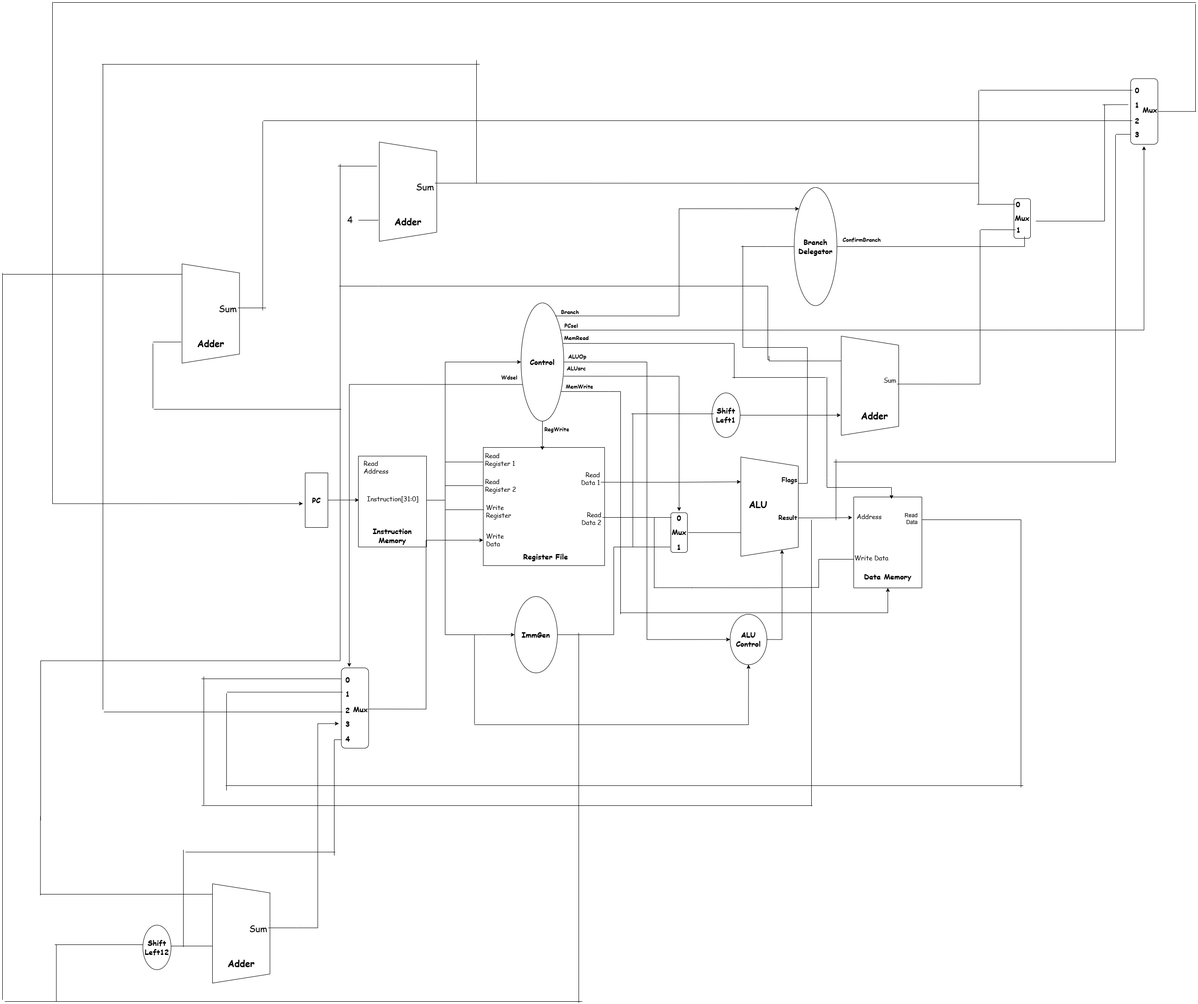
Before: Assets/SingleCycle_Datapath.png, a diagram exported from draw.io (YousefElmenshawy/Pipelined-RISC-V-Processor). Source tidied: cells renumbered, new cells last; positions are measured from the earlier drawing's top-left corner, leaving out a move shared by most shapes.
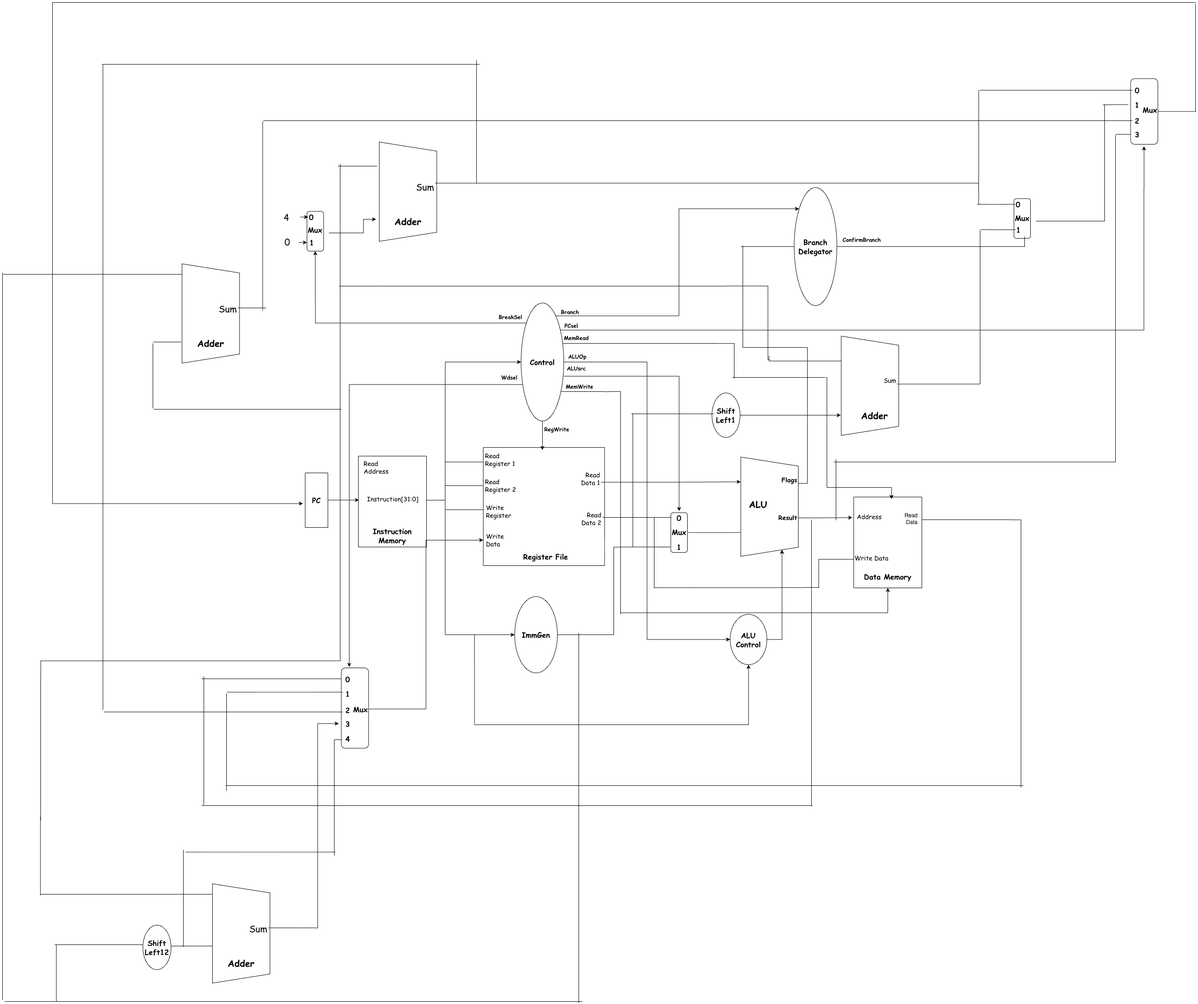
Later version of the same file.

Diff of the diagram source:
```diff
@@ -1,4 +1,4 @@
-<mxGraphModel background="#FFFFFF">
+<mxGraphModel>
   <root>
     <mxCell id="0" />
     <mxCell id="1" parent="0" />
@@ -36,7 +36,10 @@
         <mxPoint x="768" y="1467" as="targetPoint" />
       </mxGeometry>
     </mxCell>
+    <mxCell id="176" style="edgeStyle=orthogonalEdgeStyle;rounded=0;jettySize=auto;html=1;exitX=0.15;exitY=0.17;exitDx=0;exitDy=0;exitPerimeter=0;entryX=1;entryY=0.5;entryDx=0;entryDy=0;" parent="1" edge="1" source="12" target="177">
+      <mxGeometry relative="1" as="geometry" />
+    </mxCell>
-    <mxCell id="12" value="&lt;b&gt;&lt;font style=&quot;font-size: 16px;&quot; face=&quot;Comic Sans MS&quot;&gt;Control&lt;/font&gt;&lt;/b&gt;" style="ellipse;whiteSpace=wrap;html=1;points=[[0,0,0,0,0],[0,0.5,0,0,0],[0,1,0,0,0],[0.06,0.69,0,0,0],[0.13,0.82,0,0,0],[0.5,0,0,0,0],[0.5,1,0,0,0],[0.81,0.11,0,0,0],[0.9,0.23,0,0,0],[0.94,0.75,0,0,0],[0.97,0.35,0,0,0],[1,0,0,0,0],[1,0.5,0,0,0],[1,0.62,0,0,0],[1,1,0,0,0]];" parent="1" vertex="1">
+    <mxCell id="12" value="&lt;b&gt;&lt;font style=&quot;font-size: 16px;&quot; face=&quot;Comic Sans MS&quot;&gt;Control&lt;/font&gt;&lt;/b&gt;" style="ellipse;whiteSpace=wrap;html=1;points=[[0,0,0,0,0],[0,0.5,0,0,0],[0,1,0,0,0],[0.06,0.69,0,0,0],[0.13,0.82,0,0,0],[0.15,0.17,0,0,0],[0.5,0,0,0,0],[0.5,1,0,0,0],[0.81,0.11,0,0,0],[0.9,0.23,0,0,0],[0.94,0.75,0,0,0],[0.97,0.35,0,0,0],[1,0,0,0,0],[1,0.5,0,0,0],[1,0.62,0,0,0],[1,1,0,0,0]];" parent="1" vertex="1">
       <mxGeometry x="1146" y="666" width="94" height="260" as="geometry" />
     </mxCell>
     <mxCell id="13" value="&lt;span style=&quot;color: rgba(0, 0, 0, 0); font-family: monospace; font-size: 0px; text-align: start; text-wrap-mode: nowrap;&quot;&gt;%3CmxGraphModel%3E%3Croot%3E%3CmxCell%20id%3D%220%22%2F%3E%3CmxCell%20id%3D%221%22%20parent%3D%220%22%2F%3E%3CmxCell%20id%3D%222%22%20value%3D%22%26lt%3Bfont%20style%3D%26quot%3Bfont-size%3A%2014px%3B%26quot%3B%20face%3D%26quot%3BComic%20Sans%20MS%26quot%3B%26gt%3B%26amp%3Bnbsp%3BRead%26lt%3B%2Ffont%26gt%3B%26lt%3Bdiv%26gt%3B%26lt%3Bfont%20style%3D%26quot%3Bfont-size%3A%2014px%3B%26quot%3B%20face%3D%26quot%3BComic%20Sans%20MS%26quot%3B%26gt%3B%26amp%3Bnbsp%3BData%202%26lt%3B%2Ffont%26gt%3B%26lt%3B%2Fdiv%26gt%3B%22%20style%3D%22text%3Bhtml%3D1%3BwhiteSpace%3Dwrap%3BstrokeColor%3Dnone%3BfillColor%3Dnone%3Balign%3Dright%3BverticalAlign%3Dmiddle%3Brounded%3D0%3B%22%20vertex%3D%221%22%20parent%3D%221%22%3E%3CmxGeometry%20x%3D%22539%22%20y%3D%22410%22%20width%3D%2282%22%20height%3D%2230%22%20as%3D%22geometry%22%2F%3E%3C%2FmxCell%3E%3C%2Froot%3E%3C%2FmxGraphModel%3E&lt;/span&gt;" style="whiteSpace=wrap;html=1;" parent="1" vertex="1">
@@ -286,12 +289,6 @@
     <mxCell id="80" style="line;strokeWidth=1;html=1;" parent="1" vertex="1">
       <mxGeometry x="743" y="360" width="86" height="10" as="geometry" />
     </mxCell>
-    <mxCell id="81" style="line;strokeWidth=1;html=1;" parent="1" vertex="1">
-      <mxGeometry x="788" y="479" width="44" height="10" as="geometry" />
-    </mxCell>
-    <mxCell id="82" value="&lt;font style=&quot;font-size: 20px;&quot; face=&quot;Comic Sans MS&quot;&gt;4&lt;/font&gt;" style="text;html=1;whiteSpace=wrap;strokeColor=none;fillColor=none;align=center;verticalAlign=middle;rounded=0;" parent="1" vertex="1">
-      <mxGeometry x="740" y="467" width="60" height="30" as="geometry" />
-    </mxCell>
     <mxCell id="83" style="edgeStyle=orthogonalEdgeStyle;rounded=0;jettySize=auto;html=1;exitX=1;exitY=0.5;exitDx=0;exitDy=0;exitPerimeter=0;endArrow=none;endFill=0;" parent="1" edge="1" source="84">
       <mxGeometry relative="1" as="geometry">
         <mxPoint x="1693" y="791" as="targetPoint" />
@@ -597,5 +594,44 @@
     <mxCell id="175" value="&lt;b&gt;&lt;font face=&quot;Comic Sans MS&quot;&gt;MemWrite&lt;/font&gt;&lt;/b&gt;" style="text;html=1;whiteSpace=wrap;strokeColor=none;fillColor=none;align=center;verticalAlign=middle;rounded=0;" parent="1" vertex="1">
       <mxGeometry x="1245" y="839" width="60" height="22" as="geometry" />
     </mxCell>
+    <mxCell id="177" style="rounded=1;whiteSpace=wrap;html=1;rotation=90;" parent="1" vertex="1">
+      <mxGeometry x="649.5" y="490" width="87.5" height="36.5" as="geometry" />
+    </mxCell>
+    <mxCell id="178" value="&lt;font style=&quot;font-size: 16px;&quot; face=&quot;Comic Sans MS&quot;&gt;&lt;b&gt;0&lt;/b&gt;&lt;/font&gt;" style="text;html=1;whiteSpace=wrap;strokeColor=none;fillColor=none;align=left;verticalAlign=middle;rounded=0;" parent="1" vertex="1">
+      <mxGeometry x="677.5" y="462" width="35" height="30" as="geometry" />
+    </mxCell>
+    <mxCell id="179" value="&lt;b&gt;&lt;font face=&quot;Comic Sans MS&quot; style=&quot;font-size: 16px;&quot;&gt;1&lt;/font&gt;&lt;/b&gt;" style="text;html=1;whiteSpace=wrap;strokeColor=none;fillColor=none;align=left;verticalAlign=middle;rounded=0;" parent="1" vertex="1">
+      <mxGeometry x="678.5" y="518" width="40" height="30" as="geometry" />
+    </mxCell>
+    <mxCell id="180" value="&lt;font style=&quot;font-size: 16px;&quot; face=&quot;Comic Sans MS&quot;&gt;&lt;b&gt;Mux&lt;/b&gt;&lt;/font&gt;&lt;div&gt;&lt;br&gt;&lt;/div&gt;" style="text;html=1;whiteSpace=wrap;strokeColor=none;fillColor=none;align=center;verticalAlign=middle;rounded=0;" parent="1" vertex="1">
+      <mxGeometry x="663.2" y="497" width="60" height="30" as="geometry" />
+    </mxCell>
+    <mxCell id="181" style="edgeStyle=orthogonalEdgeStyle;rounded=0;jettySize=auto;html=1;exitX=1;exitY=0.5;exitDx=0;exitDy=0;entryX=0;entryY=0.5;entryDx=0;entryDy=0;" parent="1" edge="1" source="82" target="178">
+      <mxGeometry relative="1" as="geometry" />
+    </mxCell>
+    <mxCell id="82" value="&lt;font style=&quot;font-size: 20px;&quot; face=&quot;Comic Sans MS&quot;&gt;4&lt;/font&gt;" style="text;html=1;whiteSpace=wrap;strokeColor=none;fillColor=none;align=center;verticalAlign=middle;rounded=0;" parent="1" vertex="1">
+      <mxGeometry x="600" y="462" width="60" height="30" as="geometry" />
+    </mxCell>
+    <mxCell id="182" style="edgeStyle=orthogonalEdgeStyle;rounded=0;jettySize=auto;html=1;exitX=1;exitY=0.5;exitDx=0;exitDy=0;" parent="1" edge="1" source="180">
+      <mxGeometry relative="1" as="geometry">
+        <mxPoint x="827" y="482" as="targetPoint" />
+        <Array as="points">
+          <mxPoint x="799" y="512" />
+          <mxPoint x="799" y="482" />
+        </Array>
+      </mxGeometry>
+    </mxCell>
+    <mxCell id="183" value="&lt;font style=&quot;font-size: 20px;&quot; face=&quot;Comic Sans MS&quot;&gt;0&lt;/font&gt;" style="text;html=1;whiteSpace=wrap;strokeColor=none;fillColor=none;align=center;verticalAlign=middle;rounded=0;" parent="1" vertex="1">
+      <mxGeometry x="600" y="516" width="63.8" height="30" as="geometry" />
+    </mxCell>
+    <mxCell id="184" style="edgeStyle=orthogonalEdgeStyle;rounded=0;orthogonalLoop=1;jettySize=auto;html=1;exitX=1;exitY=0.5;exitDx=0;exitDy=0;entryX=0;entryY=0.5;entryDx=0;entryDy=0;" parent="1" edge="1">
+      <mxGeometry relative="1" as="geometry">
+        <mxPoint x="657" y="532.9" as="sourcePoint" />
+        <mxPoint x="675" y="532.9" as="targetPoint" />
+      </mxGeometry>
+    </mxCell>
+    <mxCell id="185" value="&lt;font face=&quot;Comic Sans MS&quot;&gt;&lt;b&gt;BreakSel&lt;/b&gt;&lt;/font&gt;" style="text;html=1;whiteSpace=wrap;strokeColor=none;fillColor=none;align=center;verticalAlign=middle;rounded=0;" parent="1" vertex="1">
+      <mxGeometry x="1093" y="682" width="60" height="30" as="geometry" />
+    </mxCell>
   </root>
 </mxGraphModel>
```
